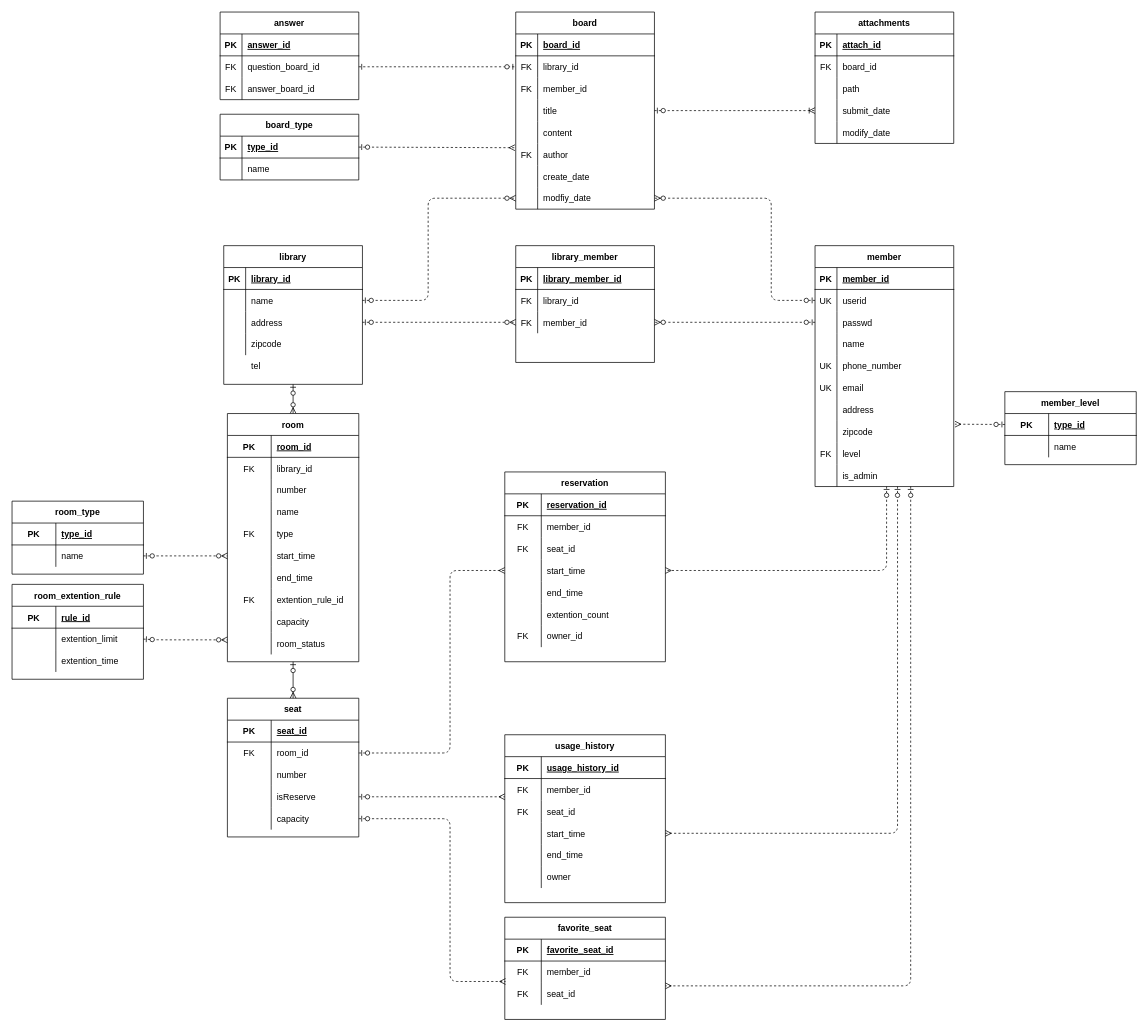
nsun9505/ProjectLSRS keeps this draw.io diagram as Modeling.drawio. Above is the earlier version. Source tidied: cells renumbered, new cells numbered last; positions are measured from the earlier drawing's top-left corner, leaving out a move shared by most shapes. Both pictures are drawn from the tidied source at 73%, with x=0, y=0 at pixel (12, 12).
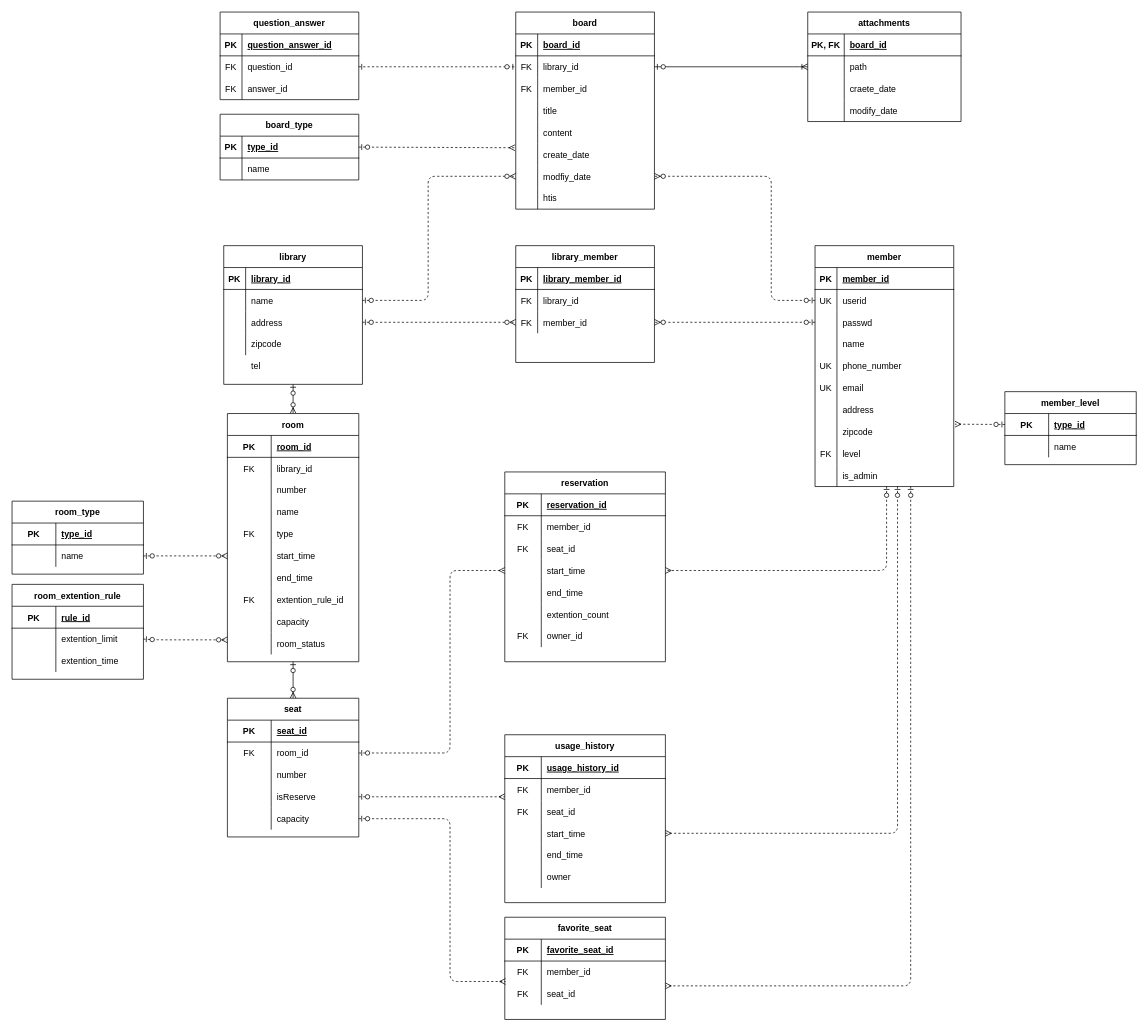
After the change.

Commit message (it also covers changes not shown here):
init classdiagram

Unchanged cells that the change refers to:
```xml
<mxCell id="7" style="shape=partialRectangle;fillColor=none;top=0;left=0;bottom=0;right=0;points=[[0,0.5],[1,0.5]];portConstraint=eastwest;" parent="3" vertex="1">
  <mxGeometry y="60" width="190" height="30" as="geometry" />
</mxCell>
<mxCell id="20" value="board" style="shape=table;startSize=30;childLayout=tableLayout;rowLines=0;fontStyle=1;align=center;" parent="1" vertex="1">
  <mxGeometry x="690" width="190" height="270" as="geometry" />
</mxCell>
<mxCell id="24" style="shape=partialRectangle;fillColor=none;top=0;left=0;bottom=0;right=0;points=[[0,0.5],[1,0.5]];portConstraint=eastwest;" parent="20" vertex="1">
  <mxGeometry y="60" width="190" height="30" as="geometry" />
</mxCell>
<mxCell id="30" style="shape=partialRectangle;fillColor=none;top=0;left=0;bottom=0;right=0;points=[[0,0.5],[1,0.5]];portConstraint=eastwest;" parent="20" vertex="1">
  <mxGeometry y="120" width="190" height="30" as="geometry" />
</mxCell>
<mxCell id="46" style="shape=partialRectangle;fillColor=none;top=0;left=0;bottom=1;right=0;" parent="45" vertex="1">
  <mxGeometry y="30" width="190" height="30" as="geometry" />
</mxCell>
<mxCell id="49" style="shape=partialRectangle;fillColor=none;top=0;left=0;bottom=0;right=0;points=[[0,0.5],[1,0.5]];portConstraint=eastwest;" parent="45" vertex="1">
  <mxGeometry y="60" width="190" height="30" as="geometry" />
</mxCell>
<mxCell id="52" style="shape=partialRectangle;fillColor=none;top=0;left=0;bottom=0;right=0;" parent="45" vertex="1">
  <mxGeometry y="90" width="190" height="30" as="geometry" />
</mxCell>
<mxCell id="134" style="shape=partialRectangle;fillColor=none;top=0;left=0;bottom=0;right=0;points=[[0,0.5],[1,0.5]];portConstraint=eastwest;" parent="130" vertex="1">
  <mxGeometry y="60" width="190" height="30" as="geometry" />
</mxCell>
<mxCell id="217" style="shape=partialRectangle;fillColor=none;top=0;left=0;bottom=1;right=0;points=[[0,0.5],[1,0.5]];portConstraint=eastwest;" parent="216" vertex="1">
  <mxGeometry y="30" width="190" height="30" as="geometry" />
</mxCell>
```

Change to the diagram source:
```diff
@@
-    <mxCell id="36" style="shape=partialRectangle;fillColor=none;top=0;left=0;bottom=0;right=0;points=[[0,0.5],[1,0.5]];portConstraint=eastwest;" parent="20" vertex="1">
-      <mxGeometry y="180" width="190" height="30" as="geometry" />
-    </mxCell>
-    <mxCell id="37" value="FK" style="shape=partialRectangle;fillColor=none;top=0;left=0;bottom=0;right=0;overflow=hidden;" parent="36" vertex="1">
-      <mxGeometry width="30" height="30" as="geometry" />
-    </mxCell>
-    <mxCell id="38" value="author" style="shape=partialRectangle;fillColor=none;top=0;left=0;bottom=0;right=0;align=left;spacingLeft=6;overflow=hidden;" parent="36" vertex="1">
-      <mxGeometry x="30" width="160" height="30" as="geometry" />
-    </mxCell>
     <mxCell id="39" style="shape=partialRectangle;fillColor=none;top=0;left=0;bottom=0;right=0;" parent="20" vertex="1">
-      <mxGeometry y="210" width="190" height="30" as="geometry" />
+      <mxGeometry y="180" width="190" height="30" as="geometry" />
     </mxCell>
@@
     <mxCell id="42" style="shape=partialRectangle;fillColor=none;top=0;left=0;bottom=0;right=0;points=[[0,0.5],[1,0.5]];portConstraint=eastwest;" parent="20" vertex="1">
-      <mxGeometry y="240" width="190" height="30" as="geometry" />
+      <mxGeometry y="210" width="190" height="30" as="geometry" />
     </mxCell>
@@
+    <mxCell id="258" style="shape=partialRectangle;fillColor=none;top=0;left=0;bottom=0;right=0;" parent="20" vertex="1">
+      <mxGeometry y="240" width="190" height="30" as="geometry" />
+    </mxCell>
+    <mxCell id="259" style="shape=partialRectangle;fillColor=none;top=0;left=0;bottom=0;right=0;overflow=hidden;" parent="258" vertex="1">
+      <mxGeometry width="30" height="30" as="geometry" />
+    </mxCell>
+    <mxCell id="260" value="htis" style="shape=partialRectangle;fillColor=none;top=0;left=0;bottom=0;right=0;align=left;spacingLeft=6;overflow=hidden;" parent="258" vertex="1">
+      <mxGeometry x="30" width="160" height="30" as="geometry" />
+    </mxCell>
-    <mxCell id="45" value="answer" style="shape=table;startSize=30;childLayout=tableLayout;rowLines=0;fontStyle=1;align=center;" parent="1" vertex="1">
+    <mxCell id="45" value="question_answer" style="shape=table;startSize=30;childLayout=tableLayout;rowLines=0;fontStyle=1;align=center;" parent="1" vertex="1">
       <mxGeometry x="285" width="190" height="120" as="geometry" />
     </mxCell>
@@
-    <mxCell id="48" value="answer_id" style="shape=partialRectangle;fillColor=none;top=0;left=0;bottom=0;right=0;align=left;spacingLeft=6;fontStyle=5;overflow=hidden;" parent="46" vertex="1">
+    <mxCell id="48" value="question_answer_id" style="shape=partialRectangle;fillColor=none;top=0;left=0;bottom=0;right=0;align=left;spacingLeft=6;fontStyle=5;overflow=hidden;" parent="46" vertex="1">
       <mxGeometry x="30" width="160" height="30" as="geometry" />
     </mxCell>
@@
-    <mxCell id="51" value="question_board_id" style="shape=partialRectangle;fillColor=none;top=0;left=0;bottom=0;right=0;align=left;spacingLeft=6;overflow=hidden;" parent="49" vertex="1">
+    <mxCell id="51" value="question_id" style="shape=partialRectangle;fillColor=none;top=0;left=0;bottom=0;right=0;align=left;spacingLeft=6;overflow=hidden;" parent="49" vertex="1">
       <mxGeometry x="30" width="160" height="30" as="geometry" />
     </mxCell>
@@
-    <mxCell id="54" value="answer_board_id" style="shape=partialRectangle;fillColor=none;top=0;left=0;bottom=0;right=0;align=left;spacingLeft=6;overflow=hidden;" parent="52" vertex="1">
+    <mxCell id="54" value="answer_id" style="shape=partialRectangle;fillColor=none;top=0;left=0;bottom=0;right=0;align=left;spacingLeft=6;overflow=hidden;" parent="52" vertex="1">
       <mxGeometry x="30" width="160" height="30" as="geometry" />
     </mxCell>
@@
     <mxCell id="86" value="attachments" style="shape=table;startSize=30;childLayout=tableLayout;rowLines=0;fontStyle=1;align=center;" parent="1" vertex="1">
-      <mxGeometry x="1100" width="190" height="180" as="geometry" />
+      <mxGeometry x="1090" width="210" height="150" as="geometry" />
     </mxCell>
     <mxCell id="87" style="shape=partialRectangle;fillColor=none;top=0;left=0;bottom=1;right=0;" parent="86" vertex="1">
-      <mxGeometry y="30" width="190" height="30" as="geometry" />
+      <mxGeometry y="30" width="210" height="30" as="geometry" />
     </mxCell>
-    <mxCell id="88" value="PK" style="shape=partialRectangle;fillColor=none;top=0;left=0;bottom=0;right=0;fontStyle=1;overflow=hidden;" parent="87" vertex="1">
-      <mxGeometry width="30" height="30" as="geometry" />
+    <mxCell id="88" value="PK, FK" style="shape=partialRectangle;fillColor=none;top=0;left=0;bottom=0;right=0;fontStyle=1;overflow=hidden;" parent="87" vertex="1">
+      <mxGeometry width="50" height="30" as="geometry" />
     </mxCell>
-    <mxCell id="89" value="attach_id" style="shape=partialRectangle;fillColor=none;top=0;left=0;bottom=0;right=0;align=left;spacingLeft=6;fontStyle=5;overflow=hidden;" parent="87" vertex="1">
-      <mxGeometry x="30" width="160" height="30" as="geometry" />
+    <mxCell id="89" value="board_id" style="shape=partialRectangle;fillColor=none;top=0;left=0;bottom=0;right=0;align=left;spacingLeft=6;fontStyle=5;overflow=hidden;" parent="87" vertex="1">
+      <mxGeometry x="50" width="160" height="30" as="geometry" />
     </mxCell>
-    <mxCell id="90" style="shape=partialRectangle;fillColor=none;top=0;left=0;bottom=0;right=0;" parent="86" vertex="1">
-      <mxGeometry y="60" width="190" height="30" as="geometry" />
-    </mxCell>
-    <mxCell id="91" value="FK" style="shape=partialRectangle;fillColor=none;top=0;left=0;bottom=0;right=0;overflow=hidden;" parent="90" vertex="1">
-      <mxGeometry width="30" height="30" as="geometry" />
-    </mxCell>
-    <mxCell id="92" value="board_id" style="shape=partialRectangle;fillColor=none;top=0;left=0;bottom=0;right=0;align=left;spacingLeft=6;overflow=hidden;" parent="90" vertex="1">
-      <mxGeometry x="30" width="160" height="30" as="geometry" />
-    </mxCell>
     <mxCell id="93" style="shape=partialRectangle;fillColor=none;top=0;left=0;bottom=0;right=0;" parent="86" vertex="1">
-      <mxGeometry y="90" width="190" height="30" as="geometry" />
+      <mxGeometry y="60" width="210" height="30" as="geometry" />
     </mxCell>
     <mxCell id="94" style="shape=partialRectangle;fillColor=none;top=0;left=0;bottom=0;right=0;overflow=hidden;" parent="93" vertex="1">
-      <mxGeometry width="30" height="30" as="geometry" />
+      <mxGeometry width="50" height="30" as="geometry" />
     </mxCell>
     <mxCell id="95" value="path" style="shape=partialRectangle;fillColor=none;top=0;left=0;bottom=0;right=0;align=left;spacingLeft=6;overflow=hidden;" parent="93" vertex="1">
-      <mxGeometry x="30" width="160" height="30" as="geometry" />
+      <mxGeometry x="50" width="160" height="30" as="geometry" />
     </mxCell>
     <mxCell id="96" style="shape=partialRectangle;fillColor=none;top=0;left=0;bottom=0;right=0;points=[[0,0.5],[1,0.5]];portConstraint=eastwest;" parent="86" vertex="1">
-      <mxGeometry y="120" width="190" height="30" as="geometry" />
+      <mxGeometry y="90" width="210" height="30" as="geometry" />
     </mxCell>
     <mxCell id="97" style="shape=partialRectangle;fillColor=none;top=0;left=0;bottom=0;right=0;overflow=hidden;" parent="96" vertex="1">
-      <mxGeometry width="30" height="30" as="geometry" />
+      <mxGeometry width="50" height="30" as="geometry" />
     </mxCell>
-    <mxCell id="98" value="submit_date" style="shape=partialRectangle;fillColor=none;top=0;left=0;bottom=0;right=0;align=left;spacingLeft=6;overflow=hidden;" parent="96" vertex="1">
-      <mxGeometry x="30" width="160" height="30" as="geometry" />
+    <mxCell id="98" value="craete_date" style="shape=partialRectangle;fillColor=none;top=0;left=0;bottom=0;right=0;align=left;spacingLeft=6;overflow=hidden;" parent="96" vertex="1">
+      <mxGeometry x="50" width="160" height="30" as="geometry" />
     </mxCell>
     <mxCell id="99" style="shape=partialRectangle;fillColor=none;top=0;left=0;bottom=0;right=0;" parent="86" vertex="1">
-      <mxGeometry y="150" width="190" height="30" as="geometry" />
+      <mxGeometry y="120" width="210" height="30" as="geometry" />
     </mxCell>
     <mxCell id="100" style="shape=partialRectangle;fillColor=none;top=0;left=0;bottom=0;right=0;overflow=hidden;" parent="99" vertex="1">
-      <mxGeometry width="30" height="30" as="geometry" />
+      <mxGeometry width="50" height="30" as="geometry" />
     </mxCell>
     <mxCell id="101" value="modify_date" style="shape=partialRectangle;fillColor=none;top=0;left=0;bottom=0;right=0;align=left;spacingLeft=6;overflow=hidden;" parent="99" vertex="1">
-      <mxGeometry x="30" width="160" height="30" as="geometry" />
+      <mxGeometry x="50" width="160" height="30" as="geometry" />
     </mxCell>
@@
     <mxCell id="236" style="fontSize=12;html=1;endArrow=ERzeroToMany;startArrow=ERzeroToOne;rounded=1;exitX=0;exitY=0.5;exitDx=0;exitDy=0;entryX=1;entryY=0.5;entryDx=0;entryDy=0;dashed=1;" parent="1" edge="1" source="134" target="42">
       <mxGeometry relative="1" as="geometry">
         <Array as="points">
           <mxPoint x="1040" y="395" />
-          <mxPoint x="1040" y="255" />
+          <mxPoint x="1040" y="225" />
         </Array>
       </mxGeometry>
     </mxCell>
     <mxCell id="237" style="fontSize=12;html=1;endArrow=ERzeroToMany;startArrow=ERzeroToOne;rounded=1;exitX=1;exitY=0.5;exitDx=0;exitDy=0;entryX=0;entryY=0.5;entryDx=0;entryDy=0;dashed=1;" parent="1" edge="1" source="7" target="42">
       <mxGeometry relative="1" as="geometry">
         <Array as="points">
           <mxPoint x="570" y="395" />
-          <mxPoint x="570" y="255" />
+          <mxPoint x="570" y="225" />
         </Array>
       </mxGeometry>
     </mxCell>
-    <mxCell id="238" style="fontSize=12;html=1;endArrow=ERoneToMany;startArrow=ERzeroToOne;rounded=1;exitX=1;exitY=0.5;exitDx=0;exitDy=0;entryX=0;entryY=0.5;entryDx=0;entryDy=0;dashed=1;endFill=0;" parent="1" edge="1" source="30" target="96">
+    <mxCell id="238" style="fontSize=12;html=1;endArrow=ERoneToMany;startArrow=ERzeroToOne;rounded=1;exitX=1;exitY=0.5;exitDx=0;exitDy=0;endFill=0;" parent="1" edge="1" source="24">
       <mxGeometry relative="1" as="geometry">
+        <mxPoint x="1090" y="75" as="targetPoint" />
         <Array as="points">
-          <mxPoint x="970" y="135" />
+          <mxPoint x="1080" y="75" />
         </Array>
       </mxGeometry>
     </mxCell>
-    <mxCell id="239" style="fontSize=12;html=1;endArrow=ERzeroToOne;startArrow=ERone;rounded=1;exitX=1;exitY=0.5;exitDx=0;exitDy=0;entryX=0;entryY=0.5;entryDx=0;entryDy=0;dashed=1;startFill=0;endFill=1;" parent="1" edge="1" source="49" target="24">
+    <mxCell id="239" style="fontSize=12;html=1;endArrow=ERzeroToOne;startArrow=ERone;rounded=1;exitX=1;exitY=0.5;exitDx=0;exitDy=0;entryX=0;entryY=0.5;entryDx=0;entryDy=0;startFill=0;endFill=1;dashed=1;" parent="1" edge="1" source="49" target="24">
       <mxGeometry relative="1" as="geometry">
         <Array as="points">
           <mxPoint x="680" y="75" />
         </Array>
       </mxGeometry>
     </mxCell>
@@
-    <mxCell id="257" style="fontSize=12;html=1;endArrow=ERmany;startArrow=ERzeroToOne;rounded=1;entryX=-0.006;entryY=0.195;entryDx=0;entryDy=0;endFill=0;entryPerimeter=0;dashed=1;exitX=1;exitY=0.5;exitDx=0;exitDy=0;" parent="1" edge="1" source="217" target="36">
-      <mxGeometry relative="1" as="geometry" />
+    <mxCell id="257" style="fontSize=12;html=1;endArrow=ERmany;startArrow=ERzeroToOne;rounded=1;entryX=-0.006;entryY=0.195;entryDx=0;entryDy=0;endFill=0;entryPerimeter=0;dashed=1;exitX=1;exitY=0.5;exitDx=0;exitDy=0;" parent="1" edge="1" source="217">
+      <mxGeometry relative="1" as="geometry">
+        <mxPoint x="688.9" y="185.9" as="targetPoint" />
+      </mxGeometry>
     </mxCell>
```
